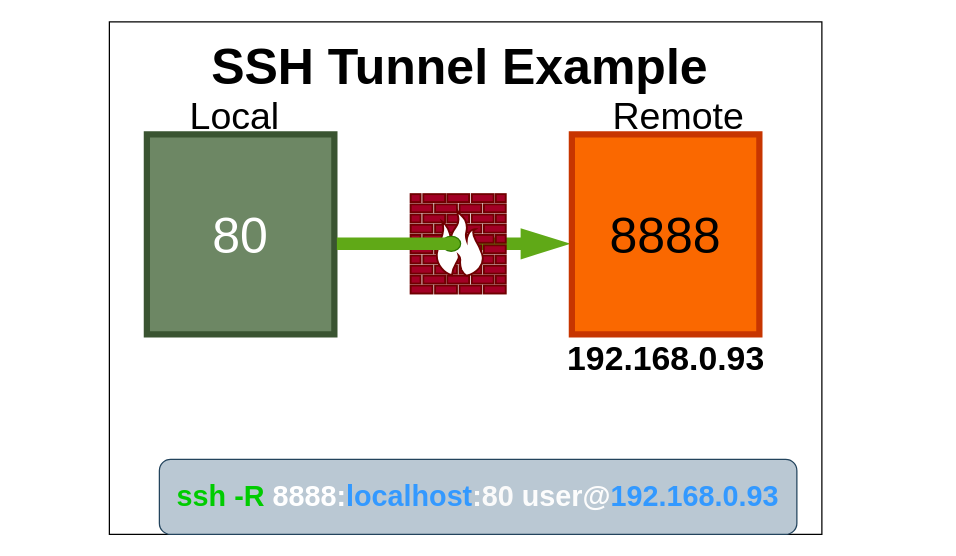
Before: blog/linux/ssh/reverse/ssh_reverse_ex.drawio in devnull-hub/devnull.github.io, a draw.io diagram. Source tidied: cells renumbered, new cells numbered last; positions are measured from the earlier drawing's top-left corner, leaving out a move shared by most shapes. Both pictures are drawn from the tidied source at 125%, with x=0, y=0 at pixel (109, 21).
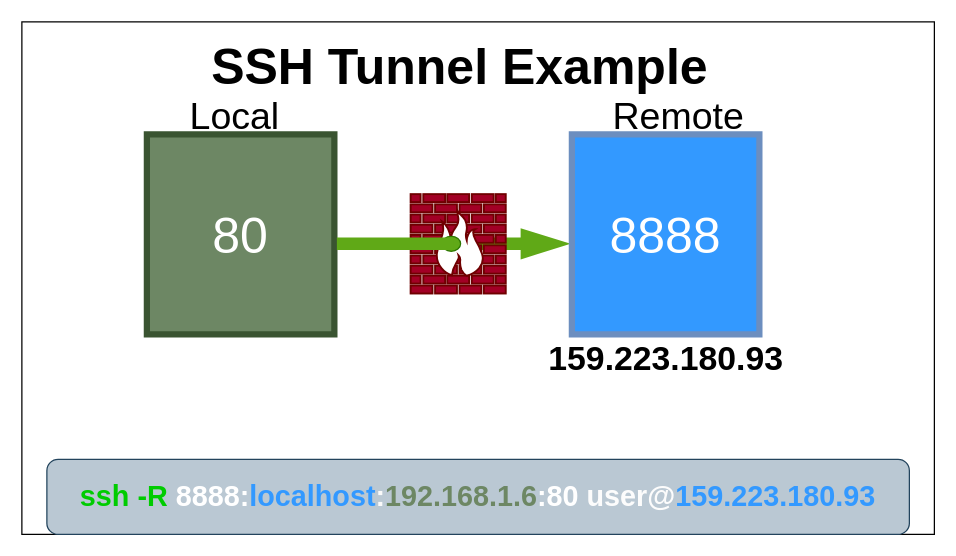
Above is the later version.

What changed in the source:
```diff
@@
 <mxGraphModel>
   <root>
     <mxCell id="0" />
     <mxCell id="1" parent="0" />
-    <mxCell id="2" style="whiteSpace=wrap;html=1;fontSize=40;strokeWidth=1;" parent="1" vertex="1">
-      <mxGeometry width="570" height="410" as="geometry" />
+    <mxCell id="2" style="whiteSpace=wrap;html=1;fontSize=40;strokeWidth=1;glass=0;rounded=0;" parent="1" vertex="1">
+      <mxGeometry x="-70" width="730" height="410" as="geometry" />
     </mxCell>
     <mxCell id="3" value="&lt;font style=&quot;font-size: 40px&quot;&gt;&lt;b&gt;SSH Tunnel Example&lt;/b&gt;&lt;/font&gt;" style="text;html=1;align=center;verticalAlign=middle;fillColor=none;strokeColor=none;rounded=0;" parent="1" vertex="1">
       <mxGeometry x="74.5" y="20" width="410" height="30" as="geometry" />
     </mxCell>
-    <mxCell id="4" value="&lt;b style=&quot;font-size: 23px&quot;&gt;&lt;font style=&quot;font-size: 23px&quot;&gt;&lt;font style=&quot;font-size: 23px&quot; color=&quot;#00cc00&quot;&gt;ssh -R&lt;/font&gt;&amp;nbsp;&lt;font color=&quot;#ffffff&quot;&gt;8888:&lt;/font&gt;&lt;font color=&quot;#3399ff&quot;&gt;localhost&lt;/font&gt;&lt;font color=&quot;#fafafa&quot;&gt;:80&lt;/font&gt; &lt;font color=&quot;#fcfcfc&quot;&gt;user@&lt;/font&gt;&lt;font color=&quot;#3399ff&quot;&gt;192.168.0.93&lt;/font&gt;&lt;/font&gt;&lt;/b&gt;" style="whiteSpace=wrap;html=1;fillColor=#bac8d3;strokeColor=#23445d;rounded=1;" parent="1" vertex="1">
-      <mxGeometry x="40" y="350" width="510" height="60" as="geometry" />
+    <mxCell id="4" value="&lt;b style=&quot;font-size: 23px&quot;&gt;&lt;font style=&quot;font-size: 23px&quot;&gt;&lt;font style=&quot;font-size: 23px&quot; color=&quot;#00cc00&quot;&gt;ssh -R&lt;/font&gt;&amp;nbsp;&lt;/font&gt;&lt;/b&gt;&lt;b style=&quot;font-size: 23px&quot;&gt;&lt;font color=&quot;#ffffff&quot;&gt;8888:&lt;/font&gt;&lt;/b&gt;&lt;b style=&quot;font-size: 23px&quot;&gt;&lt;font style=&quot;font-size: 23px&quot;&gt;&lt;font color=&quot;#3399ff&quot;&gt;localhost&lt;/font&gt;&lt;/font&gt;&lt;/b&gt;&lt;b style=&quot;font-size: 23px&quot;&gt;&lt;font color=&quot;#fafafa&quot;&gt;:&lt;/font&gt;&lt;/b&gt;&lt;b style=&quot;font-size: 23px&quot;&gt;&lt;font color=&quot;#6d8764&quot;&gt;192.168.1.6&lt;/font&gt;&lt;/b&gt;&lt;b style=&quot;font-size: 23px&quot;&gt;&lt;font style=&quot;font-size: 23px&quot;&gt;&lt;font color=&quot;#ffffff&quot;&gt;:80&lt;/font&gt; &lt;font color=&quot;#fcfcfc&quot;&gt;user@&lt;/font&gt;&lt;font color=&quot;#3399ff&quot;&gt;159.223.180.93&lt;/font&gt;&lt;/font&gt;&lt;/b&gt;" style="whiteSpace=wrap;html=1;fillColor=#bac8d3;strokeColor=#23445d;rounded=1;" parent="1" vertex="1">
+      <mxGeometry x="-50" y="350" width="690" height="60" as="geometry" />
     </mxCell>
     <mxCell id="5" value="&lt;font color=&quot;#000000&quot; style=&quot;font-size: 30px&quot;&gt;Local&lt;/font&gt;" style="text;html=1;align=center;verticalAlign=middle;fillColor=none;strokeColor=none;rounded=0;fontSize=23;fontColor=#FCFCFC;" parent="1" vertex="1">
       <mxGeometry x="55" y="55" width="90" height="40" as="geometry" />
     </mxCell>
     <mxCell id="6" value="&lt;font color=&quot;#000000&quot; style=&quot;font-size: 30px&quot;&gt;Remote&lt;/font&gt;" style="text;html=1;align=center;verticalAlign=middle;fillColor=none;strokeColor=none;rounded=0;fontSize=23;fontColor=#FCFCFC;" parent="1" vertex="1">
       <mxGeometry x="395" y="55" width="120" height="40" as="geometry" />
     </mxCell>
     <mxCell id="7" style="html=1;shadow=0;dashed=0;align=center;verticalAlign=middle;shape=mxgraph.arrows2.arrow;dy=0.6;dx=40;flipH=1;notch=0;fontSize=40;strokeColor=none;strokeWidth=5;fillColor=#60a917;fontColor=#ffffff;rotation=-180;" parent="1" vertex="1">
       <mxGeometry x="269" y="165" width="100" height="25" as="geometry" />
     </mxCell>
     <mxCell id="8" style="fontColor=#ffffff;verticalAlign=top;verticalLabelPosition=bottom;labelPosition=center;align=center;html=1;fillColor=#a20025;strokeColor=#6F0000;gradientDirection=north;strokeWidth=2;shape=mxgraph.networks.firewall;fontSize=40;" parent="1" vertex="1">
       <mxGeometry x="241" y="137.8" width="76.1" height="79.5" as="geometry" />
     </mxCell>
     <mxCell id="9" style="strokeWidth=1;html=1;shape=mxgraph.flowchart.start_2;whiteSpace=wrap;fontSize=40;fillColor=#60a917;strokeColor=#2D7600;fontColor=#ffffff;" parent="1" vertex="1">
       <mxGeometry x="266" y="171.5" width="15" height="12" as="geometry" />
     </mxCell>
     <mxCell id="10" value="&lt;div&gt;&lt;span&gt;80&lt;/span&gt;&lt;/div&gt;" style="whiteSpace=wrap;html=1;fontSize=40;fillColor=#6d8764;fontColor=#ffffff;strokeColor=#3A5431;align=center;strokeWidth=5;" parent="1" vertex="1">
       <mxGeometry x="30" y="90" width="150" height="160" as="geometry" />
     </mxCell>
-    <mxCell id="11" value="&lt;div&gt;&lt;span&gt;8888&lt;/span&gt;&lt;/div&gt;" style="whiteSpace=wrap;html=1;fontSize=40;fillColor=#fa6800;fontColor=#000000;strokeColor=#C73500;align=center;strokeWidth=5;" parent="1" vertex="1">
+    <mxCell id="11" value="&lt;div&gt;&lt;span&gt;&lt;font color=&quot;#ffffff&quot;&gt;8888&lt;/font&gt;&lt;/span&gt;&lt;/div&gt;" style="whiteSpace=wrap;html=1;fontSize=40;fillColor=#3399FF;strokeColor=#6c8ebf;align=center;strokeWidth=5;" parent="1" vertex="1">
       <mxGeometry x="370" y="90" width="150" height="160" as="geometry" />
     </mxCell>
     <mxCell id="12" style="whiteSpace=wrap;html=1;gradientColor=none;fillColor=#60A917;strokeColor=none;" parent="1" vertex="1">
       <mxGeometry x="182" y="172.5" width="93" height="10" as="geometry" />
     </mxCell>
-    <mxCell id="13" value="&lt;font size=&quot;1&quot;&gt;&lt;b style=&quot;font-size: 27px&quot;&gt;192.168.0.93&lt;/b&gt;&lt;/font&gt;" style="text;html=1;align=center;verticalAlign=middle;fillColor=none;strokeColor=none;rounded=0;" parent="1" vertex="1">
-      <mxGeometry x="360" y="260" width="170" height="20" as="geometry" />
+    <mxCell id="13" value="&lt;font size=&quot;1&quot;&gt;&lt;b style=&quot;font-size: 27px&quot;&gt;159.223.180.93&lt;/b&gt;&lt;/font&gt;" style="text;html=1;align=center;verticalAlign=middle;fillColor=none;strokeColor=none;rounded=0;" parent="1" vertex="1">
+      <mxGeometry x="345" y="260" width="200" height="20" as="geometry" />
     </mxCell>
   </root>
 </mxGraphModel>
```
